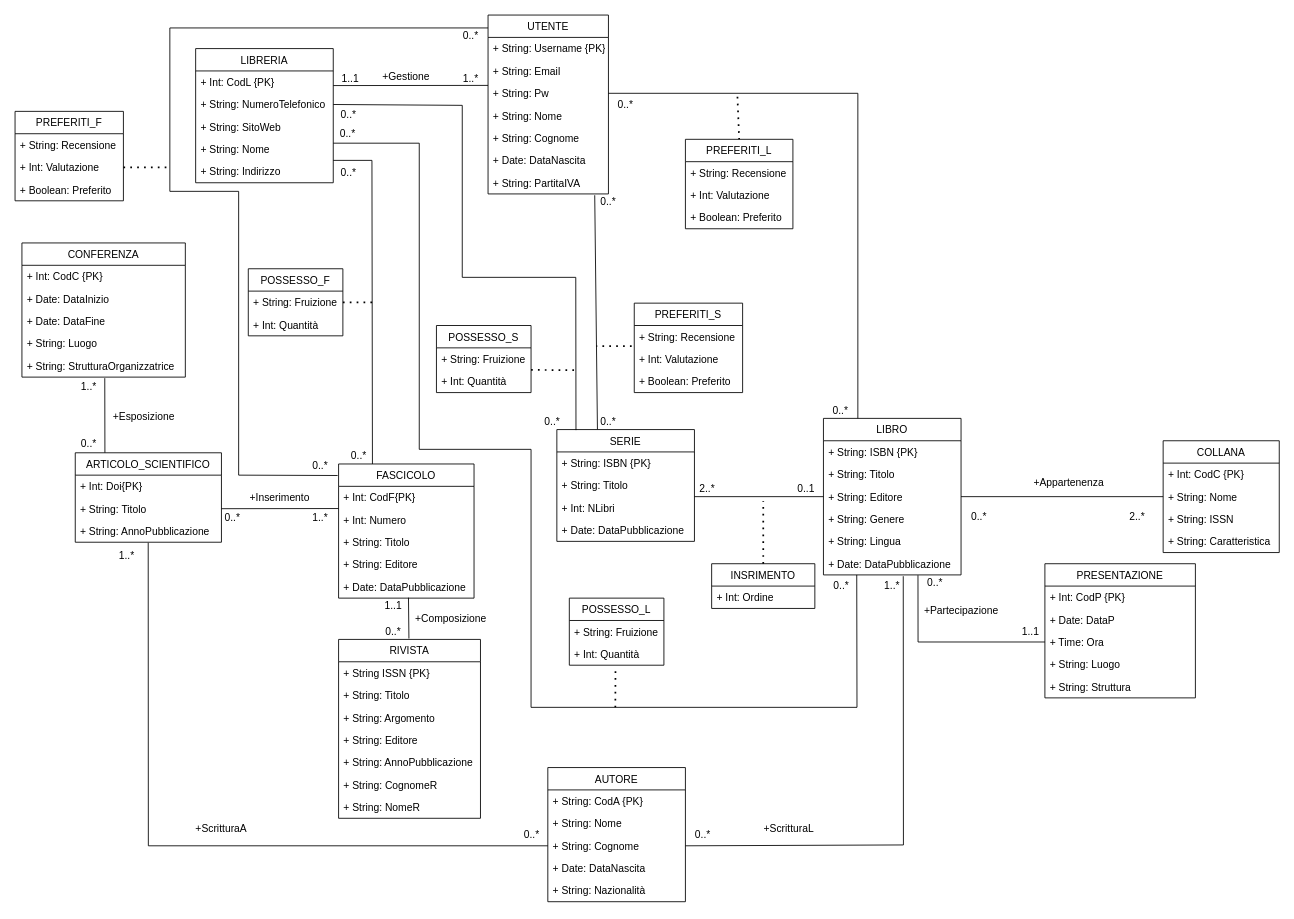
Earlier version of the draw.io diagram page "Pagina-1" (1 of 2) of DiagrammaUML(ristrutturato).drawio (Giovk/Sistema-di-una-Bibleoteca-Digitale). Source tidied: cells renumbered, new cells numbered last; positions are measured from the earlier drawing's top-left corner, leaving out a move shared by most shapes. Both pictures are drawn from the tidied source at 86%, with x=0, y=0 at pixel (15, 15).
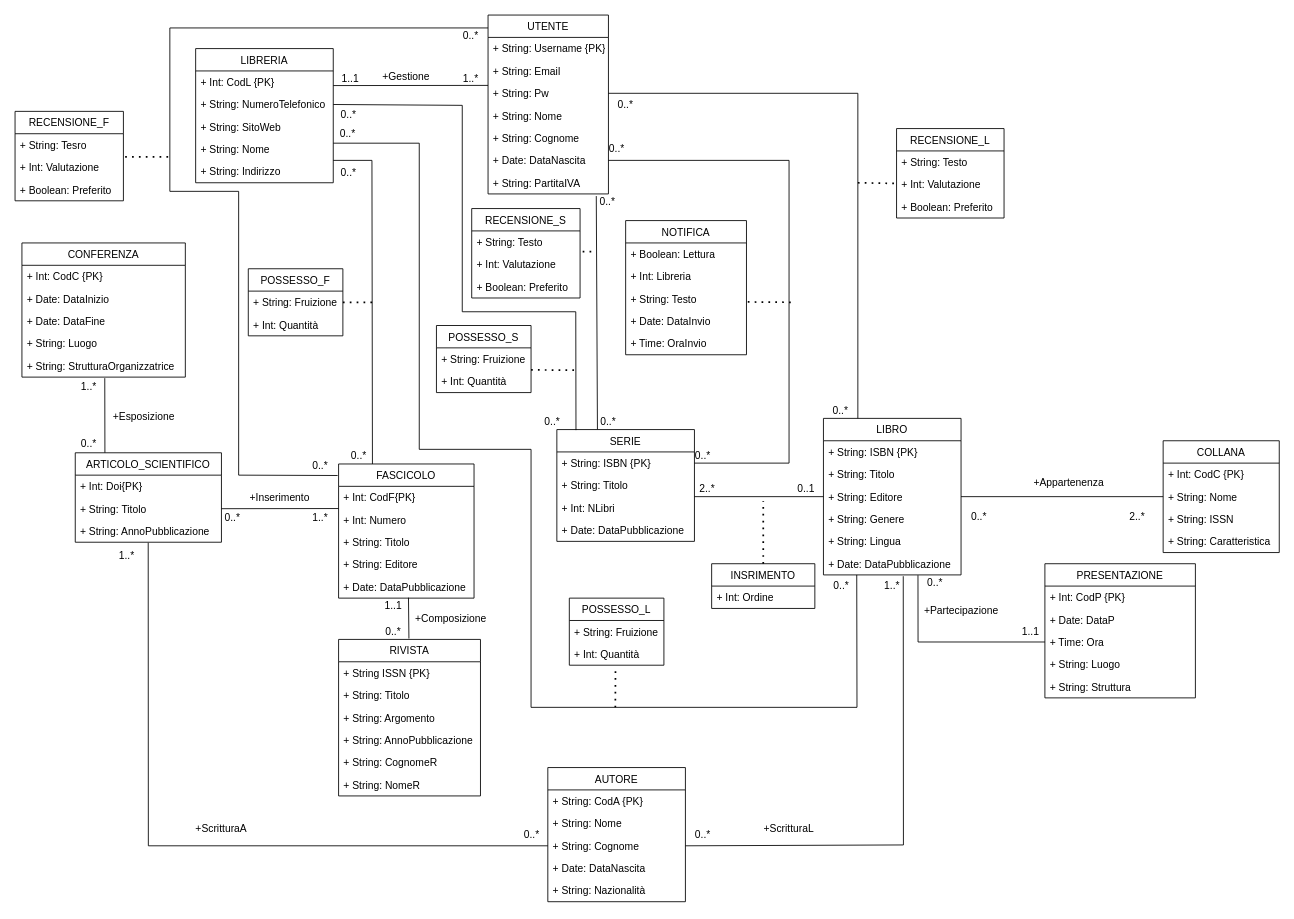
The same page after the edit.

The change refers to these unchanged cells:
```xml
<mxCell id="8" value="+ Date: DataNascita" style="text;strokeColor=none;fillColor=none;align=left;verticalAlign=top;spacingLeft=4;spacingRight=4;overflow=hidden;points=[[0,0.5],[1,0.5]];portConstraint=eastwest;" parent="2" vertex="1">
  <mxGeometry y="156" width="140" height="26" as="geometry" />
</mxCell>
<mxCell id="9" value="+ String: PartitaIVA" style="text;strokeColor=none;fillColor=none;align=left;verticalAlign=top;spacingLeft=4;spacingRight=4;overflow=hidden;points=[[0,0.5],[1,0.5]];portConstraint=eastwest;" parent="2" vertex="1">
  <mxGeometry y="182" width="140" height="26" as="geometry" />
</mxCell>
<mxCell id="12" value="+ String: NumeroTelefonico" style="text;strokeColor=none;fillColor=none;align=left;verticalAlign=top;spacingLeft=4;spacingRight=4;overflow=hidden;points=[[0,0.5],[1,0.5]];portConstraint=eastwest;" parent="10" vertex="1">
  <mxGeometry y="52" width="160" height="26" as="geometry" />
</mxCell>
<mxCell id="37" value="+ Int: Valutazione" style="text;strokeColor=none;fillColor=none;align=left;verticalAlign=top;spacingLeft=4;spacingRight=4;overflow=hidden;points=[[0,0.5],[1,0.5]];portConstraint=eastwest;" parent="35" vertex="1">
  <mxGeometry y="52" width="126" height="26" as="geometry" />
</mxCell>
<mxCell id="39" value="SERIE" style="swimlane;fontStyle=0;horizontal=1;startSize=26;fillColor=none;" parent="1" vertex="1">
  <mxGeometry x="630" y="482" width="160" height="130" as="geometry" />
</mxCell>
<mxCell id="40" value="+ String: ISBN {PK}" style="text;strokeColor=none;fillColor=none;align=left;verticalAlign=top;spacingLeft=4;spacingRight=4;overflow=hidden;points=[[0,0.5],[1,0.5]];portConstraint=eastwest;" parent="39" vertex="1">
  <mxGeometry y="26" width="160" height="26" as="geometry" />
</mxCell>
<mxCell id="53" value="+ Int: Valutazione" style="text;strokeColor=none;fillColor=none;align=left;verticalAlign=top;spacingLeft=4;spacingRight=4;overflow=hidden;points=[[0,0.5],[1,0.5]];portConstraint=eastwest;" parent="51" vertex="1">
  <mxGeometry y="52" width="126" height="26" as="geometry" />
</mxCell>
<mxCell id="76" value="+ Int: Valutazione" style="text;strokeColor=none;fillColor=none;align=left;verticalAlign=top;spacingLeft=4;spacingRight=4;overflow=hidden;points=[[0,0.5],[1,0.5]];portConstraint=eastwest;" parent="74" vertex="1">
  <mxGeometry y="52" width="125" height="26" as="geometry" />
</mxCell>
```

The edit, as a diff of the source:
```diff
@@
     <mxCell id="20" value="RIVISTA" style="swimlane;fontStyle=0;horizontal=1;startSize=26;fillColor=none;" parent="1" vertex="1">
-      <mxGeometry x="376.2" y="726" width="165" height="208" as="geometry" />
+      <mxGeometry x="376.2" y="726" width="165" height="182" as="geometry" />
     </mxCell>
@@
-    <mxCell id="24" value="+ String: Editore" style="text;strokeColor=none;fillColor=none;align=left;verticalAlign=top;spacingLeft=4;spacingRight=4;overflow=hidden;" parent="20" vertex="1">
-      <mxGeometry y="104" width="165" height="26" as="geometry" />
-    </mxCell>
     <mxCell id="25" value="+ String: AnnoPubblicazione" style="text;strokeColor=none;fillColor=none;align=left;verticalAlign=top;spacingLeft=4;spacingRight=4;overflow=hidden;" parent="20" vertex="1">
-      <mxGeometry y="130" width="165" height="26" as="geometry" />
+      <mxGeometry y="104" width="165" height="26" as="geometry" />
     </mxCell>
     <mxCell id="26" value="+ String: CognomeR" style="text;strokeColor=none;fillColor=none;align=left;verticalAlign=top;spacingLeft=4;spacingRight=4;overflow=hidden;" parent="20" vertex="1">
-      <mxGeometry y="156" width="165" height="26" as="geometry" />
+      <mxGeometry y="130" width="165" height="26" as="geometry" />
     </mxCell>
     <mxCell id="27" value="+ String: NomeR" style="text;strokeColor=none;fillColor=none;align=left;verticalAlign=top;spacingLeft=4;spacingRight=4;overflow=hidden;" parent="20" vertex="1">
-      <mxGeometry y="182" width="165" height="26" as="geometry" />
+      <mxGeometry y="156" width="165" height="26" as="geometry" />
     </mxCell>
@@
-    <mxCell id="35" value="PREFERITI_F" style="swimlane;fontStyle=0;horizontal=1;startSize=26;fillColor=none;" parent="1" vertex="1">
+    <mxCell id="35" value="RECENSIONE_F" style="swimlane;fontStyle=0;horizontal=1;startSize=26;fillColor=none;" parent="1" vertex="1">
       <mxGeometry y="112" width="126" height="104" as="geometry" />
     </mxCell>
-    <mxCell id="36" value="+ String: Recensione" style="text;strokeColor=none;fillColor=none;align=left;verticalAlign=top;spacingLeft=4;spacingRight=4;overflow=hidden;points=[[0,0.5],[1,0.5]];portConstraint=eastwest;" parent="35" vertex="1">
+    <mxCell id="36" value="+ String: Tesro" style="text;strokeColor=none;fillColor=none;align=left;verticalAlign=top;spacingLeft=4;spacingRight=4;overflow=hidden;points=[[0,0.5],[1,0.5]];portConstraint=eastwest;" parent="35" vertex="1">
       <mxGeometry y="26" width="126" height="26" as="geometry" />
     </mxCell>
@@
-    <mxCell id="38" value="+ Boolean: Preferito" style="text;strokeColor=none;fillColor=none;align=left;verticalAlign=top;spacingLeft=4;spacingRight=4;overflow=hidden;" parent="35" vertex="1">
-      <mxGeometry y="78" width="126" height="26" as="geometry" />
-    </mxCell>
+    <mxCell id="152" value="+ Boolean: Preferito" style="text;strokeColor=none;fillColor=none;align=left;verticalAlign=top;spacingLeft=4;spacingRight=4;overflow=hidden;" parent="35" vertex="1">
+      <mxGeometry y="78" width="126" height="26" as="geometry" />
+    </mxCell>
@@
     <mxCell id="47" style="endArrow=none;html=1;rounded=0;entryX=1;entryY=0.5;entryDx=0;entryDy=0;exitX=0.139;exitY=0.005;exitDx=0;exitDy=0;exitPerimeter=0;" parent="1" edge="1" source="39" target="12">
       <mxGeometry relative="1" as="geometry">
         <Array as="points">
-          <mxPoint x="652" y="305" />
-          <mxPoint x="520" y="305" />
+          <mxPoint x="652" y="345" />
+          <mxPoint x="520" y="345" />
           <mxPoint x="520" y="105" />
         </Array>
       </mxGeometry>
     </mxCell>
@@
     <mxCell id="50" value="0..*" style="text;html=1;strokeColor=none;fillColor=none;align=center;verticalAlign=middle;whiteSpace=wrap;rounded=0;" parent="1" vertex="1">
-      <mxGeometry x="660" y="208" width="60" height="18" as="geometry" />
+      <mxGeometry x="659" y="208" width="60" height="18" as="geometry" />
     </mxCell>
-    <mxCell id="51" value="PREFERITI_S" style="swimlane;fontStyle=0;horizontal=1;startSize=26;fillColor=none;" parent="1" vertex="1">
-      <mxGeometry x="720" y="335" width="126" height="104" as="geometry" />
+    <mxCell id="51" value="RECENSIONE_S" style="swimlane;fontStyle=0;horizontal=1;startSize=26;fillColor=none;" parent="1" vertex="1">
+      <mxGeometry x="531" y="225" width="126" height="104" as="geometry" />
     </mxCell>
-    <mxCell id="52" value="+ String: Recensione" style="text;strokeColor=none;fillColor=none;align=left;verticalAlign=top;spacingLeft=4;spacingRight=4;overflow=hidden;" parent="51" vertex="1">
+    <mxCell id="52" value="+ String: Testo" style="text;strokeColor=none;fillColor=none;align=left;verticalAlign=top;spacingLeft=4;spacingRight=4;overflow=hidden;" parent="51" vertex="1">
       <mxGeometry y="26" width="126" height="26" as="geometry" />
     </mxCell>
@@
-    <mxCell id="54" value="+ Boolean: Preferito" style="text;strokeColor=none;fillColor=none;align=left;verticalAlign=top;spacingLeft=4;spacingRight=4;overflow=hidden;" parent="51" vertex="1">
-      <mxGeometry y="78" width="126" height="26" as="geometry" />
-    </mxCell>
+    <mxCell id="153" value="+ Boolean: Preferito" style="text;strokeColor=none;fillColor=none;align=left;verticalAlign=top;spacingLeft=4;spacingRight=4;overflow=hidden;" parent="51" vertex="1">
+      <mxGeometry y="78" width="126" height="26" as="geometry" />
+    </mxCell>
-    <mxCell id="55" style="endArrow=none;dashed=1;html=1;dashPattern=1 3;strokeWidth=2;rounded=0;exitX=-0.024;exitY=-0.077;exitDx=0;exitDy=0;exitPerimeter=0;" parent="1" edge="1" source="53">
+    <mxCell id="55" style="endArrow=none;dashed=1;html=1;dashPattern=1 3;strokeWidth=2;rounded=0;" parent="1" edge="1">
       <mxGeometry relative="1" as="geometry">
-        <mxPoint x="676" y="385" as="targetPoint" />
+        <mxPoint x="660" y="275" as="sourcePoint" />
+        <mxPoint x="676" y="275" as="targetPoint" />
       </mxGeometry>
     </mxCell>
@@
-    <mxCell id="74" value="PREFERITI_L" style="swimlane;fontStyle=0;horizontal=1;startSize=26;fillColor=none;" parent="1" vertex="1">
-      <mxGeometry x="779.5" y="144.5" width="125" height="104" as="geometry" />
+    <mxCell id="74" value="RECENSIONE_L" style="swimlane;fontStyle=0;horizontal=1;startSize=26;fillColor=none;" parent="1" vertex="1">
+      <mxGeometry x="1025" y="132" width="125" height="104" as="geometry" />
     </mxCell>
-    <mxCell id="75" value="+ String: Recensione" style="text;strokeColor=none;fillColor=none;align=left;verticalAlign=top;spacingLeft=4;spacingRight=4;overflow=hidden;" parent="74" vertex="1">
+    <mxCell id="75" value="+ String: Testo" style="text;strokeColor=none;fillColor=none;align=left;verticalAlign=top;spacingLeft=4;spacingRight=4;overflow=hidden;" parent="74" vertex="1">
       <mxGeometry y="26" width="125" height="26" as="geometry" />
     </mxCell>
@@
-    <mxCell id="78" style="endArrow=none;dashed=1;html=1;dashPattern=1 3;strokeWidth=2;rounded=0;entryX=0.5;entryY=0;entryDx=0;entryDy=0;" parent="1" edge="1" target="74">
+    <mxCell id="78" style="endArrow=none;dashed=1;html=1;dashPattern=1 3;strokeWidth=2;rounded=0;" parent="1" edge="1" target="76">
       <mxGeometry relative="1" as="geometry">
-        <mxPoint x="840" y="95" as="sourcePoint" />
+        <mxPoint x="980" y="195" as="sourcePoint" />
       </mxGeometry>
     </mxCell>
@@
-    <mxCell id="146" style="endArrow=none;dashed=1;html=1;dashPattern=1 3;strokeWidth=2;rounded=0;exitX=1;exitY=0.5;exitDx=0;exitDy=0;" parent="1" edge="1" source="37">
+    <mxCell id="146" style="endArrow=none;dashed=1;html=1;dashPattern=1 3;strokeWidth=2;rounded=0;exitX=1.016;exitY=1.038;exitDx=0;exitDy=0;exitPerimeter=0;" parent="1" edge="1" source="36">
       <mxGeometry relative="1" as="geometry">
-        <mxPoint x="180" y="177" as="targetPoint" />
+        <mxPoint x="180" y="165" as="targetPoint" />
       </mxGeometry>
     </mxCell>
@@
-    <mxCell id="151" style="endArrow=none;html=1;rounded=0;entryX=0.886;entryY=1.059;entryDx=0;entryDy=0;entryPerimeter=0;exitX=0.295;exitY=-0.002;exitDx=0;exitDy=0;exitPerimeter=0;" parent="1" edge="1" source="39" target="9">
+    <mxCell id="151" style="endArrow=none;html=1;rounded=0;entryX=0.899;entryY=1.096;entryDx=0;entryDy=0;entryPerimeter=0;exitX=0.295;exitY=-0.002;exitDx=0;exitDy=0;exitPerimeter=0;" parent="1" edge="1" source="39" target="9">
       <mxGeometry relative="1" as="geometry" />
     </mxCell>
+    <mxCell id="154" value="NOTIFICA" style="swimlane;fontStyle=0;horizontal=1;startSize=26;fillColor=none;" parent="1" vertex="1">
+      <mxGeometry x="710" y="239" width="140.5" height="156" as="geometry" />
+    </mxCell>
+    <mxCell id="155" value="+ Boolean: Lettura" style="text;strokeColor=none;fillColor=none;align=left;verticalAlign=top;spacingLeft=4;spacingRight=4;overflow=hidden;" parent="154" vertex="1">
+      <mxGeometry y="26" width="140.5" height="26" as="geometry" />
+    </mxCell>
+    <mxCell id="156" value="+ Int: Libreria" style="text;strokeColor=none;fillColor=none;align=left;verticalAlign=top;spacingLeft=4;spacingRight=4;overflow=hidden;" parent="154" vertex="1">
+      <mxGeometry y="52" width="140.5" height="26" as="geometry" />
+    </mxCell>
+    <mxCell id="157" value="+ String: Testo" style="text;strokeColor=none;fillColor=none;align=left;verticalAlign=top;spacingLeft=4;spacingRight=4;overflow=hidden;" parent="154" vertex="1">
+      <mxGeometry y="78" width="140.5" height="26" as="geometry" />
+    </mxCell>
+    <mxCell id="158" value="+ Date: DataInvio" style="text;strokeColor=none;fillColor=none;align=left;verticalAlign=top;spacingLeft=4;spacingRight=4;overflow=hidden;" parent="154" vertex="1">
+      <mxGeometry y="104" width="140.5" height="26" as="geometry" />
+    </mxCell>
+    <mxCell id="159" value="+ Time: OraInvio" style="text;strokeColor=none;fillColor=none;align=left;verticalAlign=top;spacingLeft=4;spacingRight=4;overflow=hidden;" parent="154" vertex="1">
+      <mxGeometry y="130" width="140.5" height="26" as="geometry" />
+    </mxCell>
+    <mxCell id="160" style="endArrow=none;html=1;rounded=0;exitX=1;exitY=0.5;exitDx=0;exitDy=0;entryX=1;entryY=0.5;entryDx=0;entryDy=0;" parent="1" edge="1" source="8" target="40">
+      <mxGeometry relative="1" as="geometry">
+        <Array as="points">
+          <mxPoint x="900" y="169" />
+          <mxPoint x="900" y="521" />
+        </Array>
+      </mxGeometry>
+    </mxCell>
+    <mxCell id="161" style="endArrow=none;dashed=1;html=1;dashPattern=1 3;strokeWidth=2;rounded=0;entryX=0.986;entryY=0.984;entryDx=0;entryDy=0;entryPerimeter=0;" parent="1" edge="1">
+      <mxGeometry relative="1" as="geometry">
+        <mxPoint x="902" y="334" as="sourcePoint" />
+        <mxPoint x="850.5" y="333.6" as="targetPoint" />
+      </mxGeometry>
+    </mxCell>
+    <mxCell id="162" value="0..*" style="text;html=1;strokeColor=none;fillColor=none;align=center;verticalAlign=middle;whiteSpace=wrap;rounded=0;" parent="1" vertex="1">
+      <mxGeometry x="669.5" y="147" width="60" height="18" as="geometry" />
+    </mxCell>
+    <mxCell id="163" value="0..*" style="text;html=1;strokeColor=none;fillColor=none;align=center;verticalAlign=middle;whiteSpace=wrap;rounded=0;" parent="1" vertex="1">
+      <mxGeometry x="770" y="504" width="60" height="18" as="geometry" />
+    </mxCell>
```
